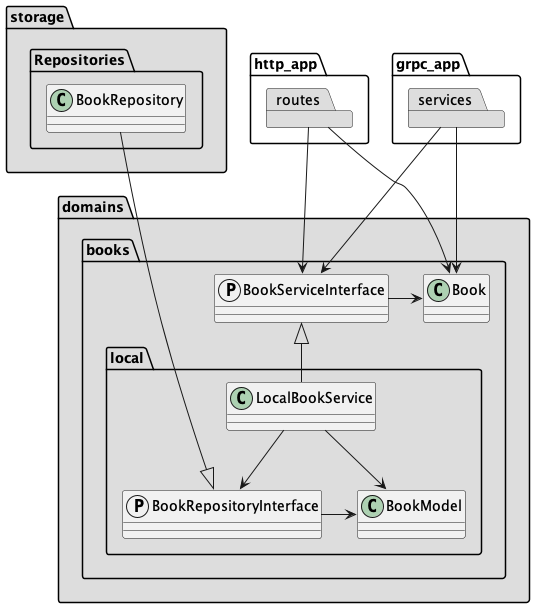
The PlantUML diagram architecture.png in febus982/bootstrap-python-fastapi, before a commit.
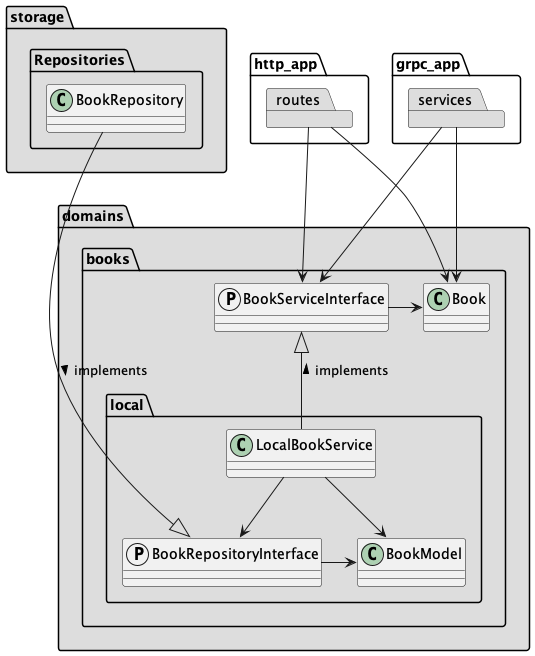
After the change.

Commit message:
Add `implements` labels to architecture diagram

What changed in the source:
```diff
@@ -33,11 +33,11 @@
 services --> BookServiceInterface
 services --> Book
 
-LocalBookService -u-|> BookServiceInterface
+LocalBookService -u-|> BookServiceInterface: implements >
 BookServiceInterface -l-> Book
 LocalBookService --> BookModel
 LocalBookService --> BookRepositoryInterface
 BookRepositoryInterface -l-> BookModel
 
-BookRepository ---d-|> BookRepositoryInterface
+BookRepository ---d-|> BookRepositoryInterface: implements >
 @enduml
```
